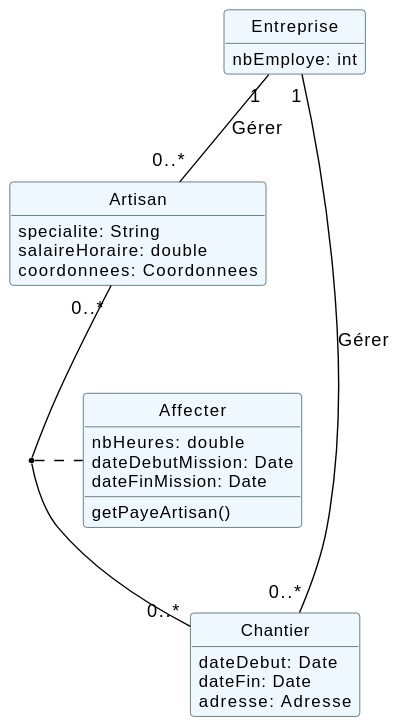
Before: dc.svg, a diagram exported from PlantUML (IUT-Blagnac/r2-01-conception-td5-Falsimane).
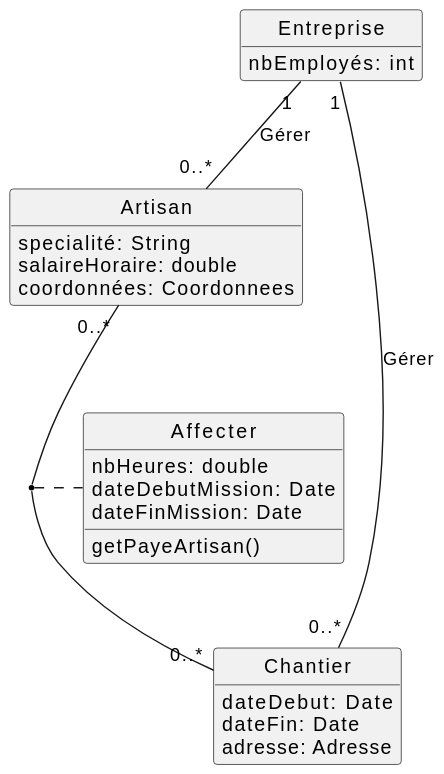
After the change.

Change to the diagram source:
```diff
@@ -3,17 +3,6 @@
 hide empty members
 hide empty methods
 
-skinparam classAttributeIconSize 0
-skinparam roundcorner 5
-
-skinparam class {
-    BackgroundColor AliceBlue
-    BorderColor DarkSlateGray
-    ArrowColor Black
-    FontColor Black
-    FontSize 12
-    FontName Helvetica
-}
 
 skinparam arrow {
     MessageAlign center
@@ -21,14 +10,14 @@
 
 
 class Entreprise {
-    nbEmploye: int
+    nbEmployés: int
 }
 
 
 class Artisan {
-    specialite: String
+    specialité: String
     salaireHoraire: double
-    coordonnees: Coordonnees
+    coordonnées: Coordonnees
 }
 
 class Chantier {
```
